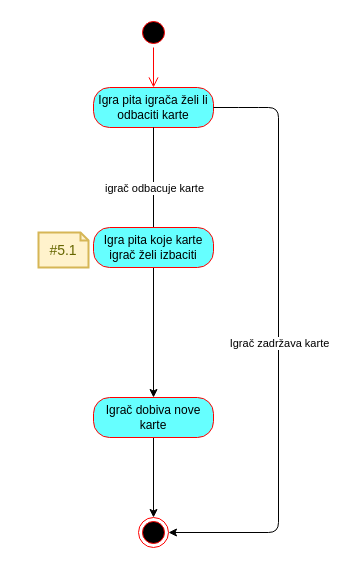
The draw.io diagram page "aktivnost:odbacivanjeKarata" (7 of 8) of Projekt_Poker_activity.drawio in ewlibi/Poker, before the edit. Source tidied: cells renumbered, new cells numbered last; positions are measured from the earlier drawing's top-left corner, leaving out a move shared by most shapes. Both pictures are drawn from the tidied source at 100%, with x=0, y=0 at pixel (38, 17).
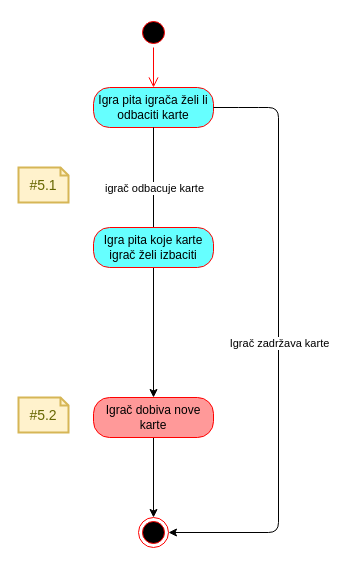
The same page after the edit.

Diff of the diagram source:
```diff
@@
 <mxGraphModel>
   <root>
     <mxCell id="0" />
     <mxCell id="1" parent="0" />
     <mxCell id="2" style="ellipse;html=1;shape=startState;fillColor=#000000;strokeColor=#ff0000;" parent="1" vertex="1">
       <mxGeometry x="100" width="30" height="30" as="geometry" />
     </mxCell>
     <mxCell id="3" style="edgeStyle=orthogonalEdgeStyle;html=1;verticalAlign=bottom;endArrow=open;endSize=8;strokeColor=#ff0000;" parent="1" edge="1" source="2" target="4">
       <mxGeometry relative="1" as="geometry" />
     </mxCell>
     <mxCell id="4" value="Igra pita igrača želi li odbaciti karte" style="rounded=1;whiteSpace=wrap;html=1;arcSize=40;fontColor=#000000;strokeColor=#ff0000;fillColor=#66FFFF;" parent="1" vertex="1">
       <mxGeometry x="55" y="70" width="120" height="40" as="geometry" />
     </mxCell>
     <mxCell id="5" style="endArrow=classic;html=1;exitX=0.5;exitY=1;exitDx=0;exitDy=0;entryX=0.5;entryY=0;entryDx=0;entryDy=0;" parent="1" edge="1" source="4" target="8">
       <mxGeometry relative="1" as="geometry">
         <Array as="points">
           <mxPoint x="115" y="220" />
         </Array>
       </mxGeometry>
     </mxCell>
     <mxCell id="6" value="igrač odbacuje karte" style="edgeLabel;html=1;align=center;verticalAlign=middle;" parent="5" vertex="1">
       <mxGeometry relative="1" as="geometry" />
     </mxCell>
     <mxCell id="7" style="edgeStyle=orthogonalEdgeStyle;rounded=0;jettySize=auto;html=1;exitX=0.5;exitY=1;exitDx=0;exitDy=0;entryX=0.5;entryY=0;entryDx=0;entryDy=0;" parent="1" edge="1" source="8" target="10">
       <mxGeometry relative="1" as="geometry" />
     </mxCell>
     <mxCell id="8" value="Igra pita koje karte igrač želi izbaciti" style="rounded=1;whiteSpace=wrap;html=1;arcSize=40;fontColor=#000000;strokeColor=#ff0000;fillColor=#66FFFF;" parent="1" vertex="1">
       <mxGeometry x="55" y="210" width="120" height="40" as="geometry" />
     </mxCell>
     <mxCell id="9" style="edgeStyle=orthogonalEdgeStyle;rounded=0;jettySize=auto;html=1;exitX=0.5;exitY=1;exitDx=0;exitDy=0;" parent="1" edge="1" source="10" target="11">
       <mxGeometry relative="1" as="geometry" />
     </mxCell>
-    <mxCell id="10" value="Igrač dobiva nove karte" style="rounded=1;whiteSpace=wrap;html=1;arcSize=40;fontColor=#000000;strokeColor=#ff0000;fillColor=#66FFFF;" parent="1" vertex="1">
+    <mxCell id="10" value="Igrač dobiva nove karte" style="rounded=1;whiteSpace=wrap;html=1;arcSize=40;fontColor=#000000;strokeColor=#ff0000;fillColor=#FF9999;" parent="1" vertex="1">
       <mxGeometry x="55" y="380" width="120" height="40" as="geometry" />
     </mxCell>
     <mxCell id="11" style="ellipse;html=1;shape=endState;fillColor=#000000;strokeColor=#ff0000;" parent="1" vertex="1">
       <mxGeometry x="100" y="500" width="30" height="30" as="geometry" />
     </mxCell>
     <mxCell id="12" style="endArrow=classic;html=1;exitX=1;exitY=0.5;exitDx=0;exitDy=0;entryX=1;entryY=0.5;entryDx=0;entryDy=0;" parent="1" edge="1" source="4" target="11">
       <mxGeometry relative="1" as="geometry">
         <Array as="points">
           <mxPoint x="210" y="90" />
           <mxPoint x="240" y="90" />
           <mxPoint x="240" y="515" />
         </Array>
       </mxGeometry>
     </mxCell>
     <mxCell id="13" value="Igrač zadržava karte" style="edgeLabel;html=1;align=center;verticalAlign=middle;" parent="12" vertex="1">
       <mxGeometry relative="1" as="geometry" />
     </mxCell>
     <mxCell id="14" value="#5.1" style="shape=note;strokeWidth=2;fontSize=14;size=8;whiteSpace=wrap;html=1;fillColor=#fff2cc;strokeColor=#d6b656;fontColor=#666600;" parent="1" vertex="1">
-      <mxGeometry y="215" width="50" height="35" as="geometry" />
+      <mxGeometry x="-20" y="150" width="50" height="35" as="geometry" />
     </mxCell>
+    <mxCell id="15" value="#5.2" style="shape=note;strokeWidth=2;fontSize=14;size=8;whiteSpace=wrap;html=1;fillColor=#fff2cc;strokeColor=#d6b656;fontColor=#666600;" parent="1" vertex="1">
+      <mxGeometry x="-20" y="380" width="50" height="35" as="geometry" />
+    </mxCell>
   </root>
 </mxGraphModel>
```
